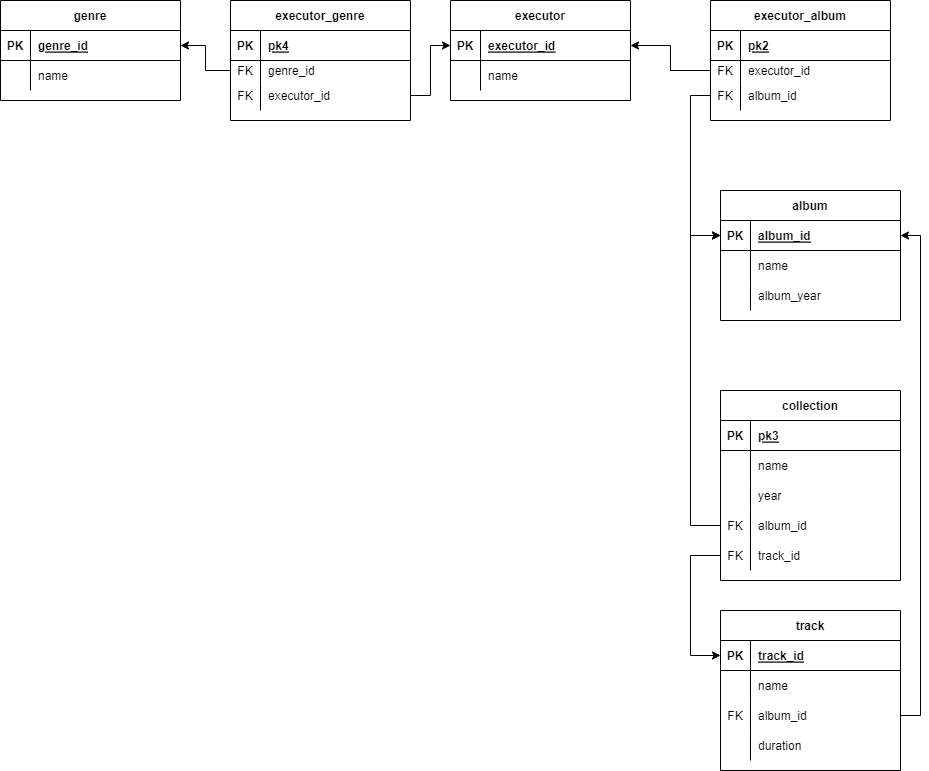
Earlier version of the draw.io export task2_2.png (reanim86/database2_1). Source tidied: cells renumbered, new cells last; positions are measured from the earlier drawing's top-left corner, leaving out a move shared by most shapes.
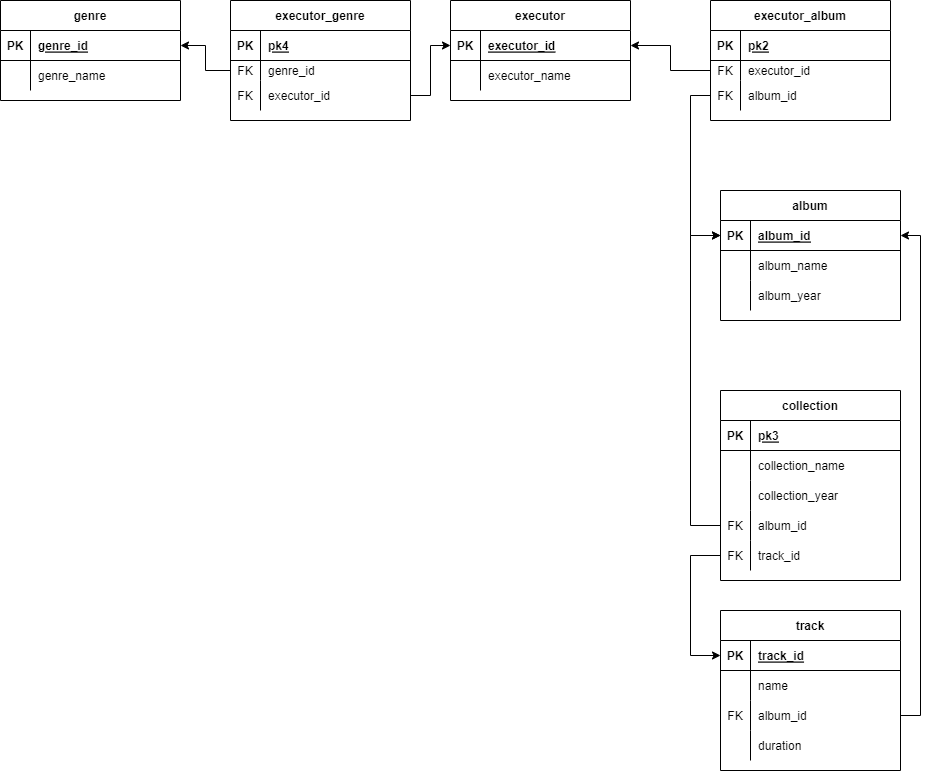
The same diagram one commit later.

Commit message:
Add sql query

Change to the diagram source:
```diff
@@ -20,7 +20,7 @@
     <mxCell id="7" style="shape=partialRectangle;fillColor=none;top=0;left=0;bottom=0;right=0;overflow=hidden;" parent="6" vertex="1">
       <mxGeometry width="30" height="30" as="geometry" />
     </mxCell>
-    <mxCell id="8" value="name" style="shape=partialRectangle;fillColor=none;top=0;left=0;bottom=0;right=0;align=left;spacingLeft=6;overflow=hidden;" parent="6" vertex="1">
+    <mxCell id="8" value="genre_name" style="shape=partialRectangle;fillColor=none;top=0;left=0;bottom=0;right=0;align=left;spacingLeft=6;overflow=hidden;" parent="6" vertex="1">
       <mxGeometry x="30" width="150" height="30" as="geometry" />
     </mxCell>
     <mxCell id="9" value="executor" style="shape=table;startSize=30;rowLines=0;fontStyle=1;align=center;" parent="1" vertex="1">
@@ -41,7 +41,7 @@
     <mxCell id="14" style="shape=partialRectangle;fillColor=none;top=0;left=0;bottom=0;right=0;overflow=hidden;" parent="13" vertex="1">
       <mxGeometry width="30" height="30" as="geometry" />
     </mxCell>
-    <mxCell id="15" value="name" style="shape=partialRectangle;fillColor=none;top=0;left=0;bottom=0;right=0;align=left;spacingLeft=6;overflow=hidden;" parent="13" vertex="1">
+    <mxCell id="15" value="executor_name" style="shape=partialRectangle;fillColor=none;top=0;left=0;bottom=0;right=0;align=left;spacingLeft=6;overflow=hidden;" parent="13" vertex="1">
       <mxGeometry x="30" width="150" height="30" as="geometry" />
     </mxCell>
     <mxCell id="16" value="album" style="shape=table;startSize=30;rowLines=0;fontStyle=1;align=center;" parent="1" vertex="1">
@@ -62,7 +62,7 @@
     <mxCell id="21" style="shape=partialRectangle;fillColor=none;top=0;left=0;bottom=0;right=0;overflow=hidden;" parent="20" vertex="1">
       <mxGeometry width="30" height="30" as="geometry" />
     </mxCell>
-    <mxCell id="22" value="name" style="shape=partialRectangle;fillColor=none;top=0;left=0;bottom=0;right=0;align=left;spacingLeft=6;overflow=hidden;" parent="20" vertex="1">
+    <mxCell id="22" value="album_name" style="shape=partialRectangle;fillColor=none;top=0;left=0;bottom=0;right=0;align=left;spacingLeft=6;overflow=hidden;" parent="20" vertex="1">
       <mxGeometry x="30" width="150" height="30" as="geometry" />
     </mxCell>
     <mxCell id="23" style="shape=tableRow;horizontal=0;startSize=0;swimlaneHead=0;swimlaneBody=0;fillColor=none;top=0;left=0;right=0;bottom=0;" parent="16" vertex="1">
@@ -203,7 +203,7 @@
     <mxCell id="68" style="shape=partialRectangle;fillColor=none;top=0;left=0;bottom=0;right=0;overflow=hidden;" parent="67" vertex="1">
       <mxGeometry width="30" height="30" as="geometry" />
     </mxCell>
-    <mxCell id="69" value="name" style="shape=partialRectangle;fillColor=none;top=0;left=0;bottom=0;right=0;align=left;spacingLeft=6;overflow=hidden;" parent="67" vertex="1">
+    <mxCell id="69" value="collection_name" style="shape=partialRectangle;fillColor=none;top=0;left=0;bottom=0;right=0;align=left;spacingLeft=6;overflow=hidden;" parent="67" vertex="1">
       <mxGeometry x="30" width="150" height="30" as="geometry" />
     </mxCell>
     <mxCell id="70" style="shape=tableRow;horizontal=0;startSize=0;swimlaneHead=0;swimlaneBody=0;fillColor=none;top=0;left=0;right=0;bottom=0;" parent="63" vertex="1">
@@ -212,7 +212,7 @@
     <mxCell id="71" style="shape=partialRectangle;fillColor=none;top=0;left=0;bottom=0;right=0;overflow=hidden;" parent="70" vertex="1">
       <mxGeometry width="30" height="30" as="geometry" />
     </mxCell>
-    <mxCell id="72" value="year" style="shape=partialRectangle;fillColor=none;top=0;left=0;bottom=0;right=0;align=left;spacingLeft=6;overflow=hidden;" parent="70" vertex="1">
+    <mxCell id="72" value="collection_year" style="shape=partialRectangle;fillColor=none;top=0;left=0;bottom=0;right=0;align=left;spacingLeft=6;overflow=hidden;" parent="70" vertex="1">
       <mxGeometry x="30" width="150" height="30" as="geometry" />
     </mxCell>
     <mxCell id="73" style="shape=tableRow;horizontal=0;startSize=0;swimlaneHead=0;swimlaneBody=0;fillColor=none;points=[[0,0.5],[1,0.5]];portConstraint=eastwest;top=0;left=0;right=0;bottom=0;" parent="63" vertex="1">
```
